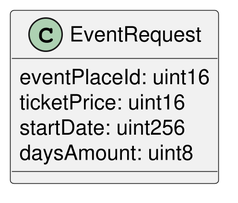
This is img/event-request.png from ai-shift/cyber-valley-tickets, a PlantUML export, as it was before one commit.
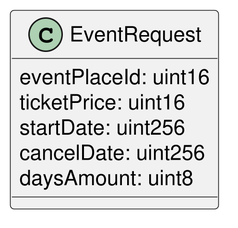
After the commit.

What changed in the source:
```diff
@@ -4,6 +4,7 @@
   eventPlaceId: uint16
   ticketPrice: uint16
   startDate: uint256
+  cancelDate: uint256
   daysAmount: uint8
 }
 @enduml
```
